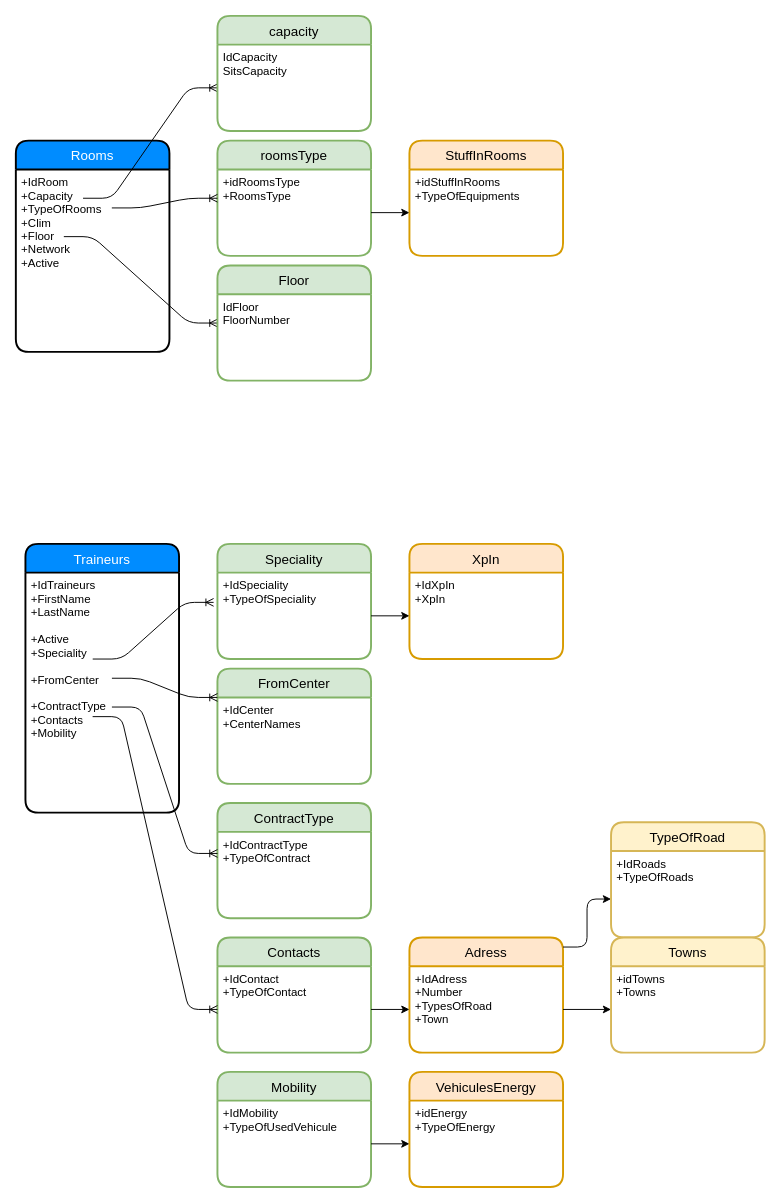
Above: Cours table.drawio in torkhan/MarcRemiseExo-tables (draw.io), before the change. Source tidied: cells renumbered, new cells numbered last; positions are measured from the earlier drawing's top-left corner, leaving out a move shared by most shapes. Both pictures are drawn from the tidied source at 96%, with x=0, y=0 at pixel (15, 15).
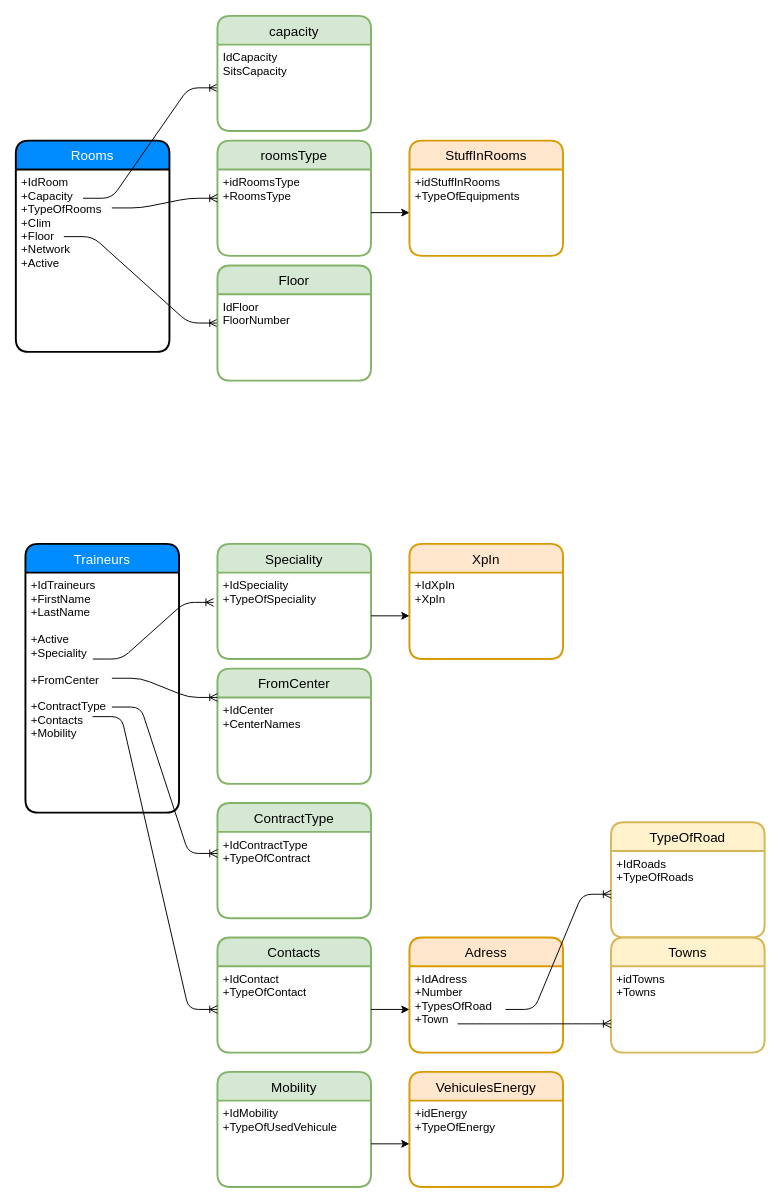
The same diagram, later.

The change refers to these unchanged cells:
```xml
<mxCell id="35" value="+IdAdress&#10;+Number&#10;+TypesOfRoad&#10;+Town&#10;" style="align=left;strokeColor=none;fillColor=none;spacingLeft=4;fontSize=12;verticalAlign=top;" parent="34" vertex="1">
  <mxGeometry y="30" width="160" height="90" as="geometry" />
</mxCell>
<mxCell id="37" value="+IdRoads&#10;+TypeOfRoads&#10;" style="align=left;strokeColor=none;fillColor=none;spacingLeft=4;fontSize=12;verticalAlign=top;" parent="36" vertex="1">
  <mxGeometry y="30" width="160" height="90" as="geometry" />
</mxCell>
<mxCell id="38" value="Towns" style="swimlane;horizontal=1;startSize=30;fillColor=#fff2cc;rounded=1;fontSize=14;fontStyle=0;strokeWidth=2;shadow=0;dashed=0;align=center;labelBackgroundColor=none;strokeColor=#d6b656;" parent="1" vertex="1">
  <mxGeometry x="620" y="960" width="160" height="120" as="geometry" />
</mxCell>
<mxCell id="39" value="+idTowns&#10;+Towns&#10;" style="align=left;strokeColor=none;fillColor=none;spacingLeft=4;fontSize=12;verticalAlign=top;" parent="38" vertex="1">
  <mxGeometry y="30" width="160" height="90" as="geometry" />
</mxCell>
```

Change to the diagram source:
```diff
@@
-    <mxCell id="41" style="edgeStyle=orthogonalEdgeStyle;rounded=0;jettySize=auto;html=1;" parent="1" edge="1" source="35" target="39">
-      <mxGeometry relative="1" as="geometry" />
-    </mxCell>
-    <mxCell id="42" style="edgeStyle=elbowEdgeStyle;elbow=horizontal;endArrow=classic;html=1;" parent="1" edge="1">
-      <mxGeometry relative="1" as="geometry">
-        <mxPoint x="570" y="970" as="sourcePoint" />
-        <mxPoint x="620" y="920" as="targetPoint" />
-      </mxGeometry>
-    </mxCell>
@@
+    <mxCell id="47" style="edgeStyle=entityRelationEdgeStyle;fontSize=12;html=1;endArrow=ERoneToMany;entryX=0;entryY=0.5;entryDx=0;entryDy=0;" parent="1" edge="1" target="37">
+      <mxGeometry relative="1" as="geometry">
+        <mxPoint x="510" y="1035" as="sourcePoint" />
+      </mxGeometry>
+    </mxCell>
+    <mxCell id="48" style="edgeStyle=entityRelationEdgeStyle;fontSize=12;html=1;endArrow=ERoneToMany;exitX=0.313;exitY=0.667;exitDx=0;exitDy=0;exitPerimeter=0;entryX=0;entryY=0.75;entryDx=0;entryDy=0;" parent="1" edge="1" source="35" target="38">
+      <mxGeometry relative="1" as="geometry" />
+    </mxCell>
```
